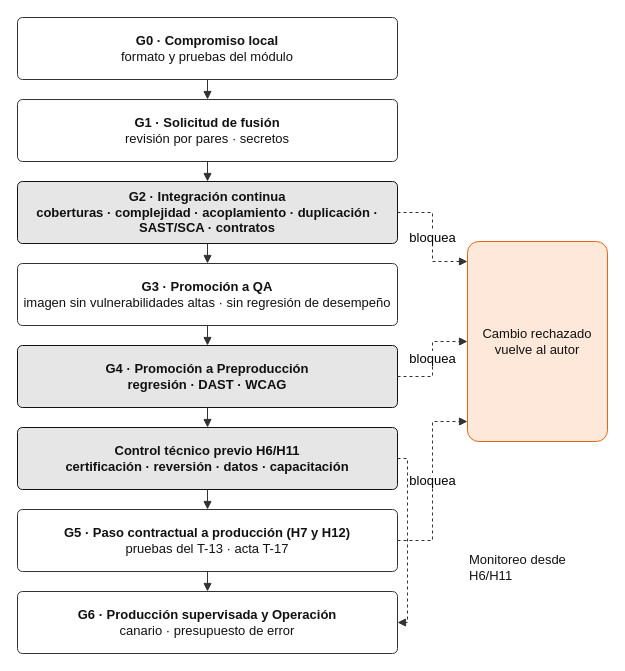
Before: SD9_v_nueva/09_plan_calidad/diagramas/Fig_9-3_Puertas_Calidad.drawio in PatricioH315/LafroX, a draw.io diagram. Source tidied: cells renumbered, new cells numbered last; positions are measured from the earlier drawing's top-left corner, leaving out a move shared by most shapes. Both pictures are drawn from the tidied source at 100%, with x=0, y=0 at pixel (17, 17).
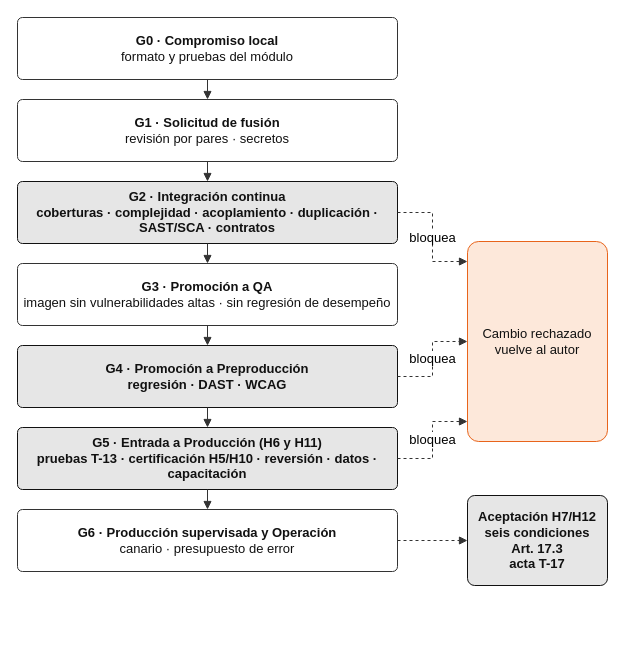
The same diagram, later.

Unchanged cells that the change refers to:
```xml
<mxCell id="2" value="&lt;b&gt;G0 · Compromiso local&lt;/b&gt;&lt;br&gt;formato y pruebas del módulo" style="rounded=1;whiteSpace=wrap;html=1;fontSize=13;fontFamily=Helvetica;fillColor=#FFFFFF;strokeColor=#333333;fontColor=#111111;arcSize=8;" parent="1" vertex="1">
  <mxGeometry width="380" height="62" as="geometry" />
</mxCell>
<mxCell id="3" value="&lt;b&gt;G1 · Solicitud de fusión&lt;/b&gt;&lt;br&gt;revisión por pares · secretos" style="rounded=1;whiteSpace=wrap;html=1;fontSize=13;fontFamily=Helvetica;fillColor=#FFFFFF;strokeColor=#333333;fontColor=#111111;arcSize=8;" parent="1" vertex="1">
  <mxGeometry y="82" width="380" height="62" as="geometry" />
</mxCell>
<mxCell id="4" value="&lt;b&gt;G2 · Integración continua&lt;/b&gt;&lt;br&gt;coberturas · complejidad · acoplamiento · duplicación · SAST/SCA · contratos" style="rounded=1;whiteSpace=wrap;html=1;fontSize=13;fontFamily=Helvetica;fillColor=#E6E6E6;strokeColor=#111111;fontColor=#111111;arcSize=8;fontStyle=1;" parent="1" vertex="1">
  <mxGeometry y="164" width="380" height="62" as="geometry" />
</mxCell>
<mxCell id="5" value="&lt;b&gt;G3 · Promoción a QA&lt;/b&gt;&lt;br&gt;imagen sin vulnerabilidades altas · sin regresión de desempeño" style="rounded=1;whiteSpace=wrap;html=1;fontSize=13;fontFamily=Helvetica;fillColor=#FFFFFF;strokeColor=#333333;fontColor=#111111;arcSize=8;" parent="1" vertex="1">
  <mxGeometry y="246" width="380" height="62" as="geometry" />
</mxCell>
<mxCell id="6" value="&lt;b&gt;G4 · Promoción a Preproducción&lt;/b&gt;&lt;br&gt;regresión · DAST · WCAG" style="rounded=1;whiteSpace=wrap;html=1;fontSize=13;fontFamily=Helvetica;fillColor=#E6E6E6;strokeColor=#111111;fontColor=#111111;arcSize=8;fontStyle=1;" parent="1" vertex="1">
  <mxGeometry y="328" width="380" height="62" as="geometry" />
</mxCell>
```

Change to the diagram source:
```diff
@@
-    <mxCell id="7" value="&lt;b&gt;Control técnico previo H6/H11&lt;/b&gt;&lt;br&gt;certificación · reversión · datos · capacitación" style="rounded=1;whiteSpace=wrap;html=1;fontSize=13;fontFamily=Helvetica;fillColor=#E6E6E6;strokeColor=#111111;fontColor=#111111;arcSize=8;fontStyle=1;" parent="1" vertex="1">
+    <mxCell id="7" value="&lt;b&gt;G5 · Entrada a Producción (H6 y H11)&lt;/b&gt;&lt;br&gt;pruebas T-13 · certificación H5/H10 · reversión · datos · capacitación" style="rounded=1;whiteSpace=wrap;html=1;fontSize=13;fontFamily=Helvetica;fillColor=#E6E6E6;strokeColor=#111111;fontColor=#111111;arcSize=8;fontStyle=1;" parent="1" vertex="1">
       <mxGeometry y="410" width="380" height="62" as="geometry" />
     </mxCell>
-    <mxCell id="8" value="&lt;b&gt;G5 · Paso contractual a producción (H7 y H12)&lt;/b&gt;&lt;br&gt;pruebas del T-13 · acta T-17" style="rounded=1;whiteSpace=wrap;html=1;fontSize=13;fontFamily=Helvetica;fillColor=#FFFFFF;strokeColor=#333333;fontColor=#111111;arcSize=8;" parent="1" vertex="1">
+    <mxCell id="8" value="&lt;b&gt;G6 · Producción supervisada y Operación&lt;/b&gt;&lt;br&gt;canario · presupuesto de error" style="rounded=1;whiteSpace=wrap;html=1;fontSize=13;fontFamily=Helvetica;fillColor=#FFFFFF;strokeColor=#333333;fontColor=#111111;arcSize=8;" parent="1" vertex="1">
       <mxGeometry y="492" width="380" height="62" as="geometry" />
     </mxCell>
-    <mxCell id="9" value="&lt;b&gt;G6 · Producción supervisada y Operación&lt;/b&gt;&lt;br&gt;canario · presupuesto de error" style="rounded=1;whiteSpace=wrap;html=1;fontSize=13;fontFamily=Helvetica;fillColor=#FFFFFF;strokeColor=#333333;fontColor=#111111;arcSize=8;" parent="1" vertex="1">
-      <mxGeometry y="574" width="380" height="62" as="geometry" />
+    <mxCell id="9" style="edgeStyle=orthogonalEdgeStyle;rounded=0;html=1;strokeColor=#333333;endArrow=block;endFill=1;fontSize=13;fontFamily=Helvetica;" parent="1" edge="1" source="2" target="3">
+      <mxGeometry relative="1" as="geometry" />
     </mxCell>
-    <mxCell id="10" style="edgeStyle=orthogonalEdgeStyle;rounded=0;html=1;strokeColor=#333333;endArrow=block;endFill=1;fontSize=13;fontFamily=Helvetica;" parent="1" edge="1" source="2" target="3">
+    <mxCell id="10" style="edgeStyle=orthogonalEdgeStyle;rounded=0;html=1;strokeColor=#333333;endArrow=block;endFill=1;fontSize=13;fontFamily=Helvetica;" parent="1" edge="1" source="3" target="4">
       <mxGeometry relative="1" as="geometry" />
     </mxCell>
-    <mxCell id="11" style="edgeStyle=orthogonalEdgeStyle;rounded=0;html=1;strokeColor=#333333;endArrow=block;endFill=1;fontSize=13;fontFamily=Helvetica;" parent="1" edge="1" source="3" target="4">
+    <mxCell id="11" style="edgeStyle=orthogonalEdgeStyle;rounded=0;html=1;strokeColor=#333333;endArrow=block;endFill=1;fontSize=13;fontFamily=Helvetica;" parent="1" edge="1" source="4" target="5">
       <mxGeometry relative="1" as="geometry" />
     </mxCell>
-    <mxCell id="12" style="edgeStyle=orthogonalEdgeStyle;rounded=0;html=1;strokeColor=#333333;endArrow=block;endFill=1;fontSize=13;fontFamily=Helvetica;" parent="1" edge="1" source="4" target="5">
+    <mxCell id="12" style="edgeStyle=orthogonalEdgeStyle;rounded=0;html=1;strokeColor=#333333;endArrow=block;endFill=1;fontSize=13;fontFamily=Helvetica;" parent="1" edge="1" source="5" target="6">
       <mxGeometry relative="1" as="geometry" />
     </mxCell>
-    <mxCell id="13" style="edgeStyle=orthogonalEdgeStyle;rounded=0;html=1;strokeColor=#333333;endArrow=block;endFill=1;fontSize=13;fontFamily=Helvetica;" parent="1" edge="1" source="5" target="6">
+    <mxCell id="13" style="edgeStyle=orthogonalEdgeStyle;rounded=0;html=1;strokeColor=#333333;endArrow=block;endFill=1;fontSize=13;fontFamily=Helvetica;" parent="1" edge="1" source="6" target="7">
       <mxGeometry relative="1" as="geometry" />
     </mxCell>
-    <mxCell id="14" style="edgeStyle=orthogonalEdgeStyle;rounded=0;html=1;strokeColor=#333333;endArrow=block;endFill=1;fontSize=13;fontFamily=Helvetica;" parent="1" edge="1" source="6" target="7">
+    <mxCell id="14" style="edgeStyle=orthogonalEdgeStyle;rounded=0;html=1;strokeColor=#333333;endArrow=block;endFill=1;fontSize=13;fontFamily=Helvetica;" parent="1" edge="1" source="7" target="8">
       <mxGeometry relative="1" as="geometry" />
     </mxCell>
-    <mxCell id="15" style="edgeStyle=orthogonalEdgeStyle;rounded=0;html=1;strokeColor=#333333;endArrow=block;endFill=1;fontSize=13;fontFamily=Helvetica;" parent="1" edge="1" source="7" target="8">
-      <mxGeometry relative="1" as="geometry" />
+    <mxCell id="15" value="Cambio rechazado&lt;br&gt;vuelve al autor" style="rounded=1;whiteSpace=wrap;html=1;fontSize=13;fontFamily=Helvetica;fillColor=#FDE8DA;strokeColor=#E8641B;fontColor=#111111;arcSize=8;" parent="1" vertex="1">
+      <mxGeometry x="450" y="224" width="140" height="200" as="geometry" />
     </mxCell>
-    <mxCell id="16" style="edgeStyle=orthogonalEdgeStyle;rounded=0;html=1;strokeColor=#333333;endArrow=block;endFill=1;fontSize=13;fontFamily=Helvetica;" parent="1" edge="1" source="8" target="9">
+    <mxCell id="16" value="bloquea" style="edgeStyle=orthogonalEdgeStyle;rounded=0;html=1;strokeColor=#333333;endArrow=block;endFill=1;fontSize=13;fontFamily=Helvetica;dashed=1;exitX=1;exitY=0.5;exitDx=0;exitDy=0;entryX=0;entryY=0.1;entryDx=0;entryDy=0;" parent="1" edge="1" source="4" target="15">
       <mxGeometry relative="1" as="geometry" />
     </mxCell>
-    <mxCell id="17" value="Cambio rechazado&lt;br&gt;vuelve al autor" style="rounded=1;whiteSpace=wrap;html=1;fontSize=13;fontFamily=Helvetica;fillColor=#FDE8DA;strokeColor=#E8641B;fontColor=#111111;arcSize=8;" parent="1" vertex="1">
-      <mxGeometry x="450" y="224" width="140" height="200" as="geometry" />
+    <mxCell id="17" value="bloquea" style="edgeStyle=orthogonalEdgeStyle;rounded=0;html=1;strokeColor=#333333;endArrow=block;endFill=1;fontSize=13;fontFamily=Helvetica;dashed=1;exitX=1;exitY=0.5;exitDx=0;exitDy=0;entryX=0;entryY=0.5;entryDx=0;entryDy=0;" parent="1" edge="1" source="6" target="15">
+      <mxGeometry relative="1" as="geometry" />
     </mxCell>
-    <mxCell id="18" style="edgeStyle=orthogonalEdgeStyle;rounded=0;html=1;strokeColor=#333333;endArrow=block;endFill=1;fontSize=13;fontFamily=Helvetica;dashed=1;exitX=1;exitY=0.5;exitDx=0;exitDy=0;entryX=1;entryY=0.5;entryDx=0;entryDy=0;" parent="1" edge="1" source="7" target="9">
+    <mxCell id="18" value="bloquea" style="edgeStyle=orthogonalEdgeStyle;rounded=0;html=1;strokeColor=#333333;endArrow=block;endFill=1;fontSize=13;fontFamily=Helvetica;dashed=1;exitX=1;exitY=0.5;exitDx=0;exitDy=0;entryX=0;entryY=0.9;entryDx=0;entryDy=0;" parent="1" edge="1" source="7" target="15">
       <mxGeometry relative="1" as="geometry" />
     </mxCell>
-    <mxCell id="19" value="Monitoreo desde H6/H11" style="text;html=1;fontSize=13;fontFamily=Helvetica;fontColor=#111111;align=left;verticalAlign=middle;whiteSpace=wrap;" parent="1" vertex="1">
-      <mxGeometry x="450" y="530" width="140" height="40" as="geometry" />
+    <mxCell id="19" value="&lt;b&gt;Aceptación H7/H12&lt;/b&gt;&lt;br&gt;seis condiciones&lt;br&gt;Art. 17.3&lt;br&gt;acta T-17" style="rounded=1;whiteSpace=wrap;html=1;fontSize=13;fontFamily=Helvetica;fillColor=#E6E6E6;strokeColor=#111111;fontColor=#111111;arcSize=8;fontStyle=1;" parent="1" vertex="1">
+      <mxGeometry x="450" y="478" width="140" height="90" as="geometry" />
     </mxCell>
-    <mxCell id="20" value="bloquea" style="edgeStyle=orthogonalEdgeStyle;rounded=0;html=1;strokeColor=#333333;endArrow=block;endFill=1;fontSize=13;fontFamily=Helvetica;dashed=1;exitX=1;exitY=0.5;exitDx=0;exitDy=0;entryX=0;entryY=0.1;entryDx=0;entryDy=0;" parent="1" edge="1" source="4" target="17">
+    <mxCell id="20" style="edgeStyle=orthogonalEdgeStyle;rounded=0;html=1;strokeColor=#333333;endArrow=block;endFill=1;fontSize=13;fontFamily=Helvetica;dashed=1;exitX=1;exitY=0.5;exitDx=0;exitDy=0;entryX=0;entryY=0.5;entryDx=0;entryDy=0;" parent="1" edge="1" source="8" target="19">
       <mxGeometry relative="1" as="geometry" />
     </mxCell>
-    <mxCell id="21" value="bloquea" style="edgeStyle=orthogonalEdgeStyle;rounded=0;html=1;strokeColor=#333333;endArrow=block;endFill=1;fontSize=13;fontFamily=Helvetica;dashed=1;exitX=1;exitY=0.5;exitDx=0;exitDy=0;entryX=0;entryY=0.5;entryDx=0;entryDy=0;" parent="1" edge="1" source="6" target="17">
-      <mxGeometry relative="1" as="geometry" />
-    </mxCell>
-    <mxCell id="22" value="bloquea" style="edgeStyle=orthogonalEdgeStyle;rounded=0;html=1;strokeColor=#333333;endArrow=block;endFill=1;fontSize=13;fontFamily=Helvetica;dashed=1;exitX=1;exitY=0.5;exitDx=0;exitDy=0;entryX=0;entryY=0.9;entryDx=0;entryDy=0;" parent="1" edge="1" source="8" target="17">
-      <mxGeometry relative="1" as="geometry" />
-    </mxCell>
```
